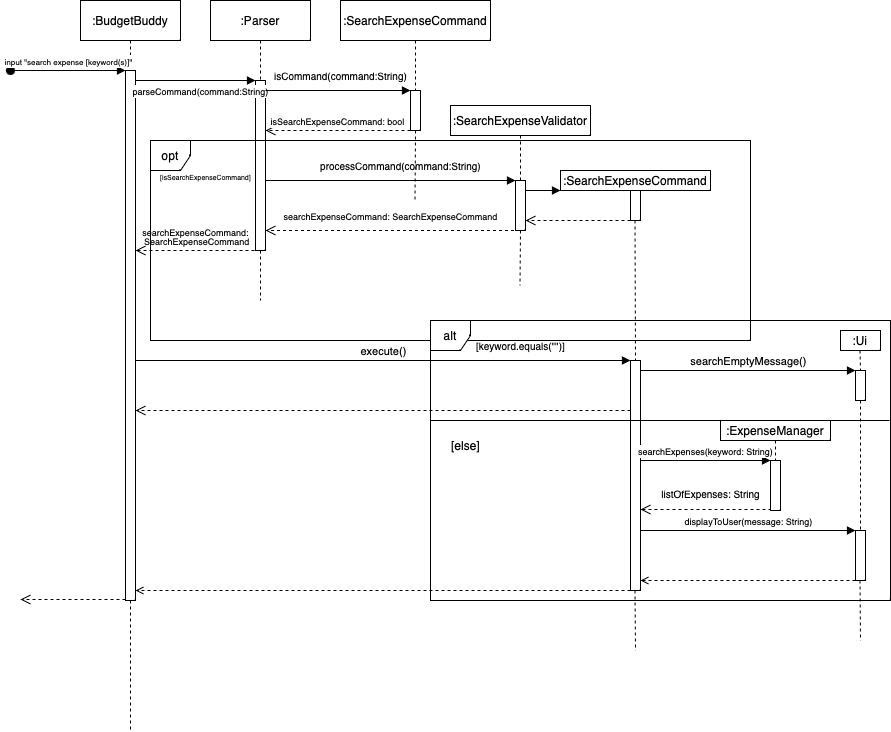
Before: docs/diagrams/SearchExpenseSequenceDiagram.drawio.png, a diagram exported from draw.io (telferang/tp). Source tidied: cells renumbered, new cells last; positions are measured from the earlier drawing's top-left corner, leaving out a move shared by most shapes.
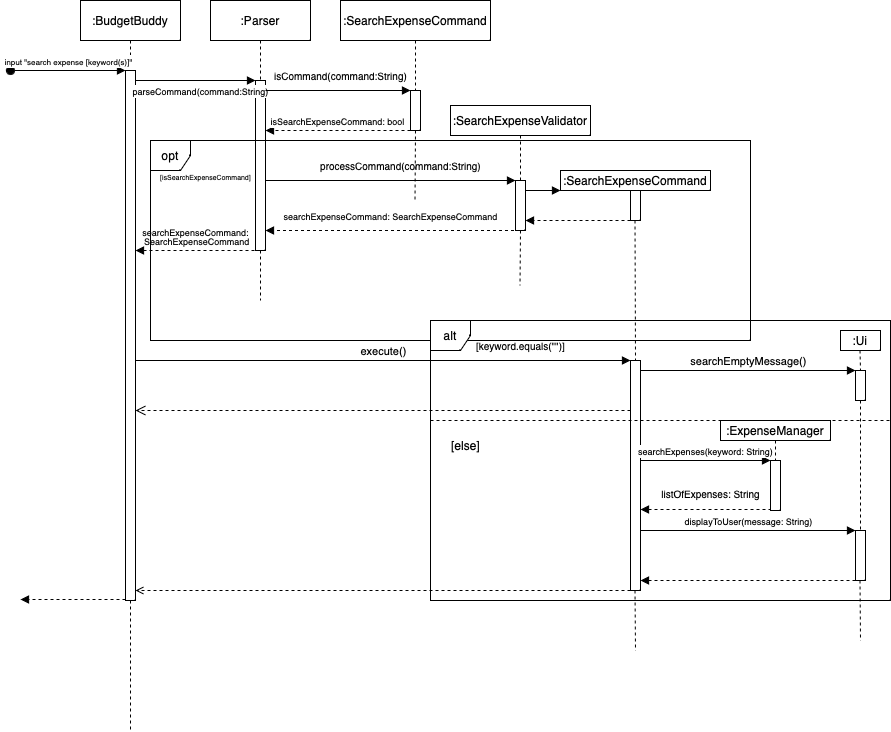
After the commit.

Commit message:
Edit DG Sequence diagrams.

Diff of the diagram source:
```diff
@@ -32,7 +32,7 @@
         <mxPoint y="70" as="sourcePoint" />
       </mxGeometry>
     </mxCell>
-    <mxCell id="10" value="&lt;font style=&quot;font-size: 9px;&quot;&gt;isSearchExpenseCommand: bool&lt;/font&gt;" style="html=1;verticalAlign=bottom;endArrow=open;dashed=1;endSize=8;edgeStyle=elbowEdgeStyle;elbow=vertical;curved=0;rounded=0;exitX=0;exitY=1;exitDx=0;exitDy=0;" parent="1" edge="1" source="15" target="3">
+    <mxCell id="10" value="&lt;font style=&quot;font-size: 9px;&quot;&gt;isSearchExpenseCommand: bool&lt;/font&gt;" style="html=1;verticalAlign=bottom;endArrow=block;dashed=1;endSize=6;edgeStyle=elbowEdgeStyle;elbow=vertical;curved=0;rounded=0;exitX=0;exitY=1;exitDx=0;exitDy=0;endFill=1;" parent="1" edge="1" source="15" target="3">
       <mxGeometry relative="1" as="geometry">
         <Array as="points">
           <mxPoint x="385" y="130" />
@@ -102,7 +102,7 @@
         <mxPoint x="550" y="190" as="targetPoint" />
       </mxGeometry>
     </mxCell>
-    <mxCell id="26" style="html=1;verticalAlign=bottom;endArrow=open;dashed=1;endSize=8;edgeStyle=elbowEdgeStyle;elbow=vertical;curved=0;rounded=0;exitX=0;exitY=1;exitDx=0;exitDy=0;" parent="1" edge="1">
+    <mxCell id="26" style="html=1;verticalAlign=bottom;endArrow=block;dashed=1;endSize=6;edgeStyle=elbowEdgeStyle;elbow=vertical;curved=0;rounded=0;exitX=0;exitY=1;exitDx=0;exitDy=0;endFill=1;" parent="1" edge="1">
       <mxGeometry relative="1" as="geometry">
         <mxPoint x="620" y="220" as="sourcePoint" />
         <mxPoint x="515" y="220" as="targetPoint" />
@@ -112,7 +112,7 @@
         </Array>
       </mxGeometry>
     </mxCell>
-    <mxCell id="27" style="html=1;verticalAlign=bottom;endArrow=open;dashed=1;endSize=8;edgeStyle=elbowEdgeStyle;elbow=vertical;curved=0;rounded=0;exitX=0;exitY=0.75;exitDx=0;exitDy=0;" parent="1" edge="1" target="3">
+    <mxCell id="27" style="html=1;verticalAlign=bottom;endArrow=block;dashed=1;endSize=6;edgeStyle=elbowEdgeStyle;elbow=vertical;curved=0;rounded=0;exitX=0;exitY=0.75;exitDx=0;exitDy=0;endFill=1;" parent="1" edge="1" target="3">
       <mxGeometry relative="1" as="geometry">
         <mxPoint x="515" y="217.5" as="sourcePoint" />
         <Array as="points">
@@ -127,7 +127,7 @@
     <mxCell id="29" value="&lt;font style=&quot;font-size: 9px;&quot;&gt;searchExpenseCommand:&lt;/font&gt;&lt;div style=&quot;line-height: 80%; font-size: 9px;&quot;&gt;&lt;font style=&quot;font-size: 9px;&quot;&gt;&amp;nbsp;SearchExpenseCommand&lt;/font&gt;&lt;/div&gt;" style="text;html=1;align=center;verticalAlign=middle;strokeColor=none;fillColor=none;" parent="1" vertex="1">
       <mxGeometry x="120" y="220" width="130" height="30" as="geometry" />
     </mxCell>
-    <mxCell id="30" style="html=1;verticalAlign=bottom;endArrow=open;dashed=1;endSize=8;edgeStyle=elbowEdgeStyle;elbow=vertical;curved=0;rounded=0;" parent="1" edge="1" target="5">
+    <mxCell id="30" style="html=1;verticalAlign=bottom;endArrow=block;dashed=1;endSize=6;edgeStyle=elbowEdgeStyle;elbow=vertical;curved=0;rounded=0;endFill=1;" parent="1" edge="1" target="5">
       <mxGeometry relative="1" as="geometry">
         <mxPoint x="250" y="250" as="sourcePoint" />
         <Array as="points">
@@ -184,7 +184,7 @@
     <mxCell id="40" style="rounded=0;whiteSpace=wrap;html=1;" parent="1" vertex="1">
       <mxGeometry x="845" y="370" width="10" height="30" as="geometry" />
     </mxCell>
-    <mxCell id="41" style="endArrow=none;html=1;rounded=0;" parent="1" edge="1">
+    <mxCell id="41" style="endArrow=none;html=1;rounded=0;dashed=1;" parent="1" edge="1">
       <mxGeometry relative="1" as="geometry">
         <mxPoint x="420" y="420" as="sourcePoint" />
         <mxPoint x="879" y="420" as="targetPoint" />
@@ -213,7 +213,7 @@
         <mxPoint x="765" y="460" as="targetPoint" />
       </mxGeometry>
     </mxCell>
-    <mxCell id="46" style="html=1;verticalAlign=bottom;endArrow=open;dashed=1;endSize=8;edgeStyle=elbowEdgeStyle;elbow=vertical;curved=0;rounded=0;exitX=0;exitY=1;exitDx=0;exitDy=0;" parent="1" edge="1" source="43">
+    <mxCell id="46" style="html=1;verticalAlign=bottom;endArrow=block;dashed=1;endSize=6;edgeStyle=elbowEdgeStyle;elbow=vertical;curved=0;rounded=0;exitX=0;exitY=1;exitDx=0;exitDy=0;endFill=1;" parent="1" edge="1" source="43">
       <mxGeometry relative="1" as="geometry">
         <mxPoint x="630" y="509" as="targetPoint" />
         <Array as="points">
@@ -239,7 +239,7 @@
     <mxCell id="50" style="rounded=0;whiteSpace=wrap;html=1;" parent="1" vertex="1">
       <mxGeometry x="845" y="530" width="10" height="50" as="geometry" />
     </mxCell>
-    <mxCell id="51" style="html=1;verticalAlign=bottom;endArrow=open;dashed=1;elbow=vertical;rounded=0;exitX=0;exitY=1;exitDx=0;exitDy=0;" parent="1" edge="1">
+    <mxCell id="51" style="html=1;verticalAlign=bottom;endArrow=block;dashed=1;elbow=vertical;rounded=0;exitX=0;exitY=1;exitDx=0;exitDy=0;endFill=1;" parent="1" edge="1">
       <mxGeometry relative="1" as="geometry">
         <mxPoint x="845" y="580" as="sourcePoint" />
         <mxPoint x="630" y="580" as="targetPoint" />
@@ -268,7 +268,7 @@
         <mxPoint x="620" y="590" as="sourcePoint" />
       </mxGeometry>
     </mxCell>
-    <mxCell id="56" style="html=1;verticalAlign=bottom;endArrow=open;dashed=1;endSize=8;edgeStyle=elbowEdgeStyle;elbow=vertical;curved=0;rounded=0;exitX=0;exitY=1;exitDx=0;exitDy=0;" parent="1" edge="1">
+    <mxCell id="56" style="html=1;verticalAlign=bottom;endArrow=block;dashed=1;endSize=6;edgeStyle=elbowEdgeStyle;elbow=vertical;curved=0;rounded=0;exitX=0;exitY=1;exitDx=0;exitDy=0;endFill=1;" parent="1" edge="1">
       <mxGeometry relative="1" as="geometry">
         <mxPoint x="115" y="599" as="sourcePoint" />
         <mxPoint x="10" y="599" as="targetPoint" />
```
